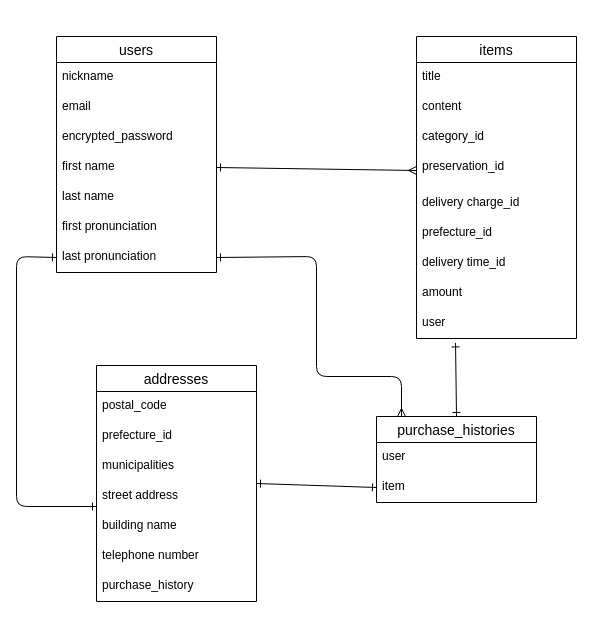
The draw.io diagram ER.dio in hiyokomame2525/furima-40055, before the edit. Source tidied: cells renumbered, new cells numbered last; positions are measured from the earlier drawing's top-left corner, leaving out a move shared by most shapes. Both pictures are drawn from the tidied source at 100%, with x=0, y=0 at pixel (16, 36).
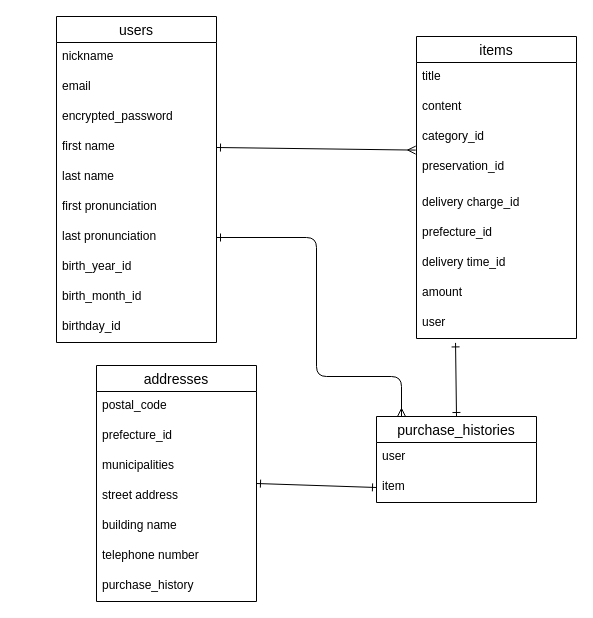
The same diagram, later.

Commit message:
訂正2の追加

The change refers to these unchanged cells:
```xml
<mxCell id="6" value="first name" style="text;strokeColor=none;fillColor=none;spacingLeft=4;spacingRight=4;overflow=hidden;points=[[0,0.5],[1,0.5]];portConstraint=eastwest;fontSize=12;" parent="2" vertex="1">
  <mxGeometry y="116" width="160" height="30" as="geometry" />
</mxCell>
<mxCell id="9" value="last pronunciation" style="text;strokeColor=none;fillColor=none;spacingLeft=4;spacingRight=4;overflow=hidden;points=[[0,0.5],[1,0.5]];portConstraint=eastwest;fontSize=12;" parent="2" vertex="1">
  <mxGeometry y="206" width="160" height="30" as="geometry" />
</mxCell>
<mxCell id="13" value="category_id" style="text;spacingLeft=4;spacingRight=4;overflow=hidden;points=[[0,0.5],[1,0.5]];portConstraint=eastwest;fontSize=12;" parent="10" vertex="1">
  <mxGeometry y="86" width="160" height="30" as="geometry" />
</mxCell>
<mxCell id="14" value="preservation_id" style="text;strokeColor=none;fillColor=none;spacingLeft=4;spacingRight=4;overflow=hidden;points=[[0,0.5],[1,0.5]];portConstraint=eastwest;fontSize=12;" parent="10" vertex="1">
  <mxGeometry y="116" width="160" height="36" as="geometry" />
</mxCell>
```

What changed in the source:
```diff
@@
     <mxCell id="2" value="users" style="swimlane;fontStyle=0;horizontal=1;startSize=26;align=center;fontSize=14;" parent="1" vertex="1">
-      <mxGeometry x="40" width="160" height="236" as="geometry" />
+      <mxGeometry x="40" y="-20" width="160" height="326" as="geometry" />
     </mxCell>
@@
+    <mxCell id="36" value="birth_year_id" style="text;strokeColor=none;fillColor=none;spacingLeft=4;spacingRight=4;overflow=hidden;fontSize=12;" parent="2" vertex="1">
+      <mxGeometry y="236" width="160" height="30" as="geometry" />
+    </mxCell>
+    <mxCell id="37" value="birth_month_id" style="text;strokeColor=none;fillColor=none;spacingLeft=4;spacingRight=4;overflow=hidden;fontSize=12;" parent="2" vertex="1">
+      <mxGeometry y="266" width="160" height="30" as="geometry" />
+    </mxCell>
+    <mxCell id="38" value="birthday_id" style="text;strokeColor=none;fillColor=none;spacingLeft=4;spacingRight=4;overflow=hidden;fontSize=12;" parent="2" vertex="1">
+      <mxGeometry y="296" width="160" height="30" as="geometry" />
+    </mxCell>
@@
-    <mxCell id="29" style="edgeStyle=none;html=1;exitX=1;exitY=0.5;exitDx=0;exitDy=0;entryX=0;entryY=0.5;entryDx=0;entryDy=0;strokeWidth=1;startArrow=ERone;startFill=0;endArrow=ERmany;endFill=0;labelBackgroundColor=none;" parent="1" edge="1" source="6" target="14">
+    <mxCell id="29" style="edgeStyle=none;html=1;exitX=1;exitY=0.5;exitDx=0;exitDy=0;entryX=-0.005;entryY=0.92;entryDx=0;entryDy=0;strokeWidth=1;startArrow=ERone;startFill=0;endArrow=ERmany;endFill=0;labelBackgroundColor=none;entryPerimeter=0;" parent="1" edge="1" source="6" target="13">
       <mxGeometry relative="1" as="geometry" />
     </mxCell>
@@
     <mxCell id="34" style="edgeStyle=none;html=1;exitX=1;exitY=0.5;exitDx=0;exitDy=0;startArrow=ERone;startFill=0;endArrow=ERmany;endFill=0;" parent="1" edge="1" source="9">
       <mxGeometry relative="1" as="geometry">
         <mxPoint x="385" y="380" as="targetPoint" />
         <Array as="points">
-          <mxPoint x="300" y="220" />
+          <mxPoint x="300" y="201" />
           <mxPoint x="300" y="340" />
           <mxPoint x="385" y="340" />
         </Array>
       </mxGeometry>
     </mxCell>
-    <mxCell id="35" style="edgeStyle=none;html=1;exitX=0;exitY=0.5;exitDx=0;exitDy=0;startArrow=ERone;startFill=0;endArrow=ERone;endFill=0;" parent="1" edge="1" source="9">
-      <mxGeometry relative="1" as="geometry">
-        <mxPoint x="80" y="470" as="targetPoint" />
-        <Array as="points">
-          <mxPoint y="220" />
-          <mxPoint y="470" />
-        </Array>
-      </mxGeometry>
-    </mxCell>
```
